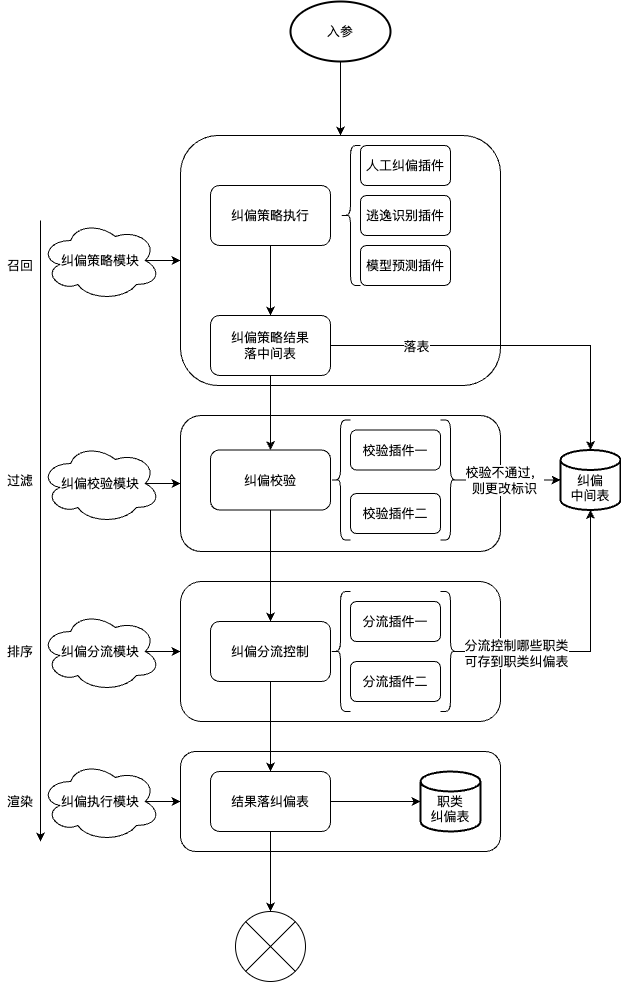
Above: work-draw-file/职类纠偏核心逻辑.png in liujunao/draw-data (draw.io), before the change. Source tidied: cells renumbered, new cells last; positions are measured from the earlier drawing's top-left corner, leaving out a move shared by most shapes.
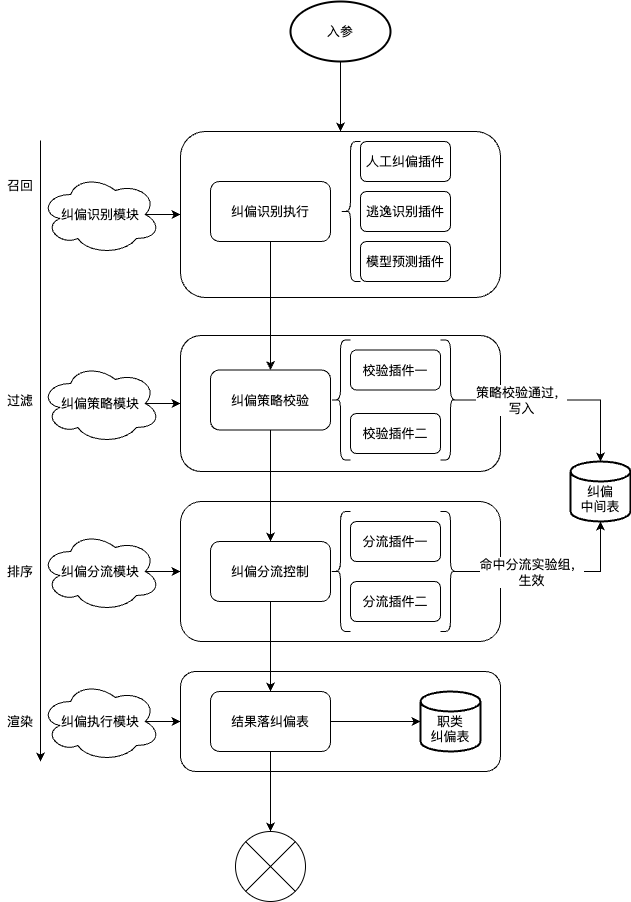
The same file after the commit.

Commit message:
更新职类纠偏核心逻辑.png

What changed in the source:
```diff
@@ -12,48 +12,34 @@
       <mxGeometry x="180" y="414" width="320" height="136" as="geometry" />
     </mxCell>
     <mxCell id="5" style="rounded=1;whiteSpace=wrap;html=1;" parent="1" vertex="1">
-      <mxGeometry x="180" y="134" width="320" height="250" as="geometry" />
+      <mxGeometry x="180" y="210" width="320" height="166" as="geometry" />
     </mxCell>
     <mxCell id="6" style="edgeStyle=orthogonalEdgeStyle;rounded=0;jettySize=auto;html=1;exitX=0.5;exitY=1;exitDx=0;exitDy=0;entryX=0.5;entryY=0;entryDx=0;entryDy=0;" parent="1" edge="1" source="7" target="20">
       <mxGeometry relative="1" as="geometry" />
     </mxCell>
-    <mxCell id="7" value="纠偏校验" style="rounded=1;whiteSpace=wrap;html=1;" parent="1" vertex="1">
+    <mxCell id="7" value="纠偏策略校验" style="rounded=1;whiteSpace=wrap;html=1;" parent="1" vertex="1">
       <mxGeometry x="210" y="448.5" width="120" height="60" as="geometry" />
     </mxCell>
     <mxCell id="8" value="人工纠偏插件" style="rounded=1;whiteSpace=wrap;html=1;" parent="1" vertex="1">
-      <mxGeometry x="360" y="144" width="90" height="40" as="geometry" />
+      <mxGeometry x="360" y="220" width="90" height="40" as="geometry" />
     </mxCell>
-    <mxCell id="9" style="edgeStyle=orthogonalEdgeStyle;rounded=0;jettySize=auto;html=1;exitX=0.5;exitY=1;exitDx=0;exitDy=0;" parent="1" edge="1" source="10" target="17">
-      <mxGeometry relative="1" as="geometry" />
-    </mxCell>
+    <mxCell id="53" style="edgeStyle=orthogonalEdgeStyle;rounded=0;jettySize=auto;html=1;exitX=0.5;exitY=1;exitDx=0;exitDy=0;entryX=0.5;entryY=0;entryDx=0;entryDy=0;" parent="1" edge="1" source="10" target="7">
+      <mxGeometry relative="1" as="geometry" />
+    </mxCell>
-    <mxCell id="10" value="纠偏策略执行" style="rounded=1;whiteSpace=wrap;html=1;" parent="1" vertex="1">
-      <mxGeometry x="210" y="184" width="120" height="60" as="geometry" />
+    <mxCell id="10" value="纠偏识别执行" style="rounded=1;whiteSpace=wrap;html=1;" parent="1" vertex="1">
+      <mxGeometry x="210" y="260" width="120" height="60" as="geometry" />
     </mxCell>
     <mxCell id="11" value="逃逸识别插件" style="rounded=1;whiteSpace=wrap;html=1;" parent="1" vertex="1">
-      <mxGeometry x="360" y="194" width="90" height="40" as="geometry" />
+      <mxGeometry x="360" y="270" width="90" height="40" as="geometry" />
     </mxCell>
     <mxCell id="12" value="模型预测插件" style="rounded=1;whiteSpace=wrap;html=1;" parent="1" vertex="1">
-      <mxGeometry x="360" y="244" width="90" height="40" as="geometry" />
+      <mxGeometry x="360" y="320" width="90" height="40" as="geometry" />
     </mxCell>
     <mxCell id="13" style="shape=curlyBracket;whiteSpace=wrap;html=1;rounded=1;labelPosition=left;verticalLabelPosition=middle;align=right;verticalAlign=middle;" parent="1" vertex="1">
-      <mxGeometry x="340" y="144" width="20" height="140" as="geometry" />
+      <mxGeometry x="340" y="220" width="20" height="140" as="geometry" />
     </mxCell>
-    <mxCell id="14" style="edgeStyle=orthogonalEdgeStyle;rounded=0;jettySize=auto;html=1;exitX=1;exitY=0.5;exitDx=0;exitDy=0;" parent="1" edge="1" source="17" target="18">
-      <mxGeometry relative="1" as="geometry" />
-    </mxCell>
-    <mxCell id="15" value="落表" style="edgeLabel;html=1;align=center;verticalAlign=middle;" parent="14" vertex="1">
-      <mxGeometry x="-0.46" y="-2" relative="1" as="geometry">
-        <mxPoint x="-13" y="-2" as="offset" />
-      </mxGeometry>
-    </mxCell>
-    <mxCell id="16" style="edgeStyle=orthogonalEdgeStyle;rounded=0;jettySize=auto;html=1;exitX=0.5;exitY=1;exitDx=0;exitDy=0;entryX=0.5;entryY=0;entryDx=0;entryDy=0;" parent="1" edge="1" source="17" target="7">
-      <mxGeometry relative="1" as="geometry" />
-    </mxCell>
-    <mxCell id="17" value="纠偏策略结果&lt;br&gt;落中间表" style="rounded=1;whiteSpace=wrap;html=1;" parent="1" vertex="1">
-      <mxGeometry x="210" y="314" width="120" height="60" as="geometry" />
-    </mxCell>
     <mxCell id="18" value="&lt;br&gt;纠偏&lt;br&gt;中间表" style="strokeWidth=2;html=1;shape=mxgraph.flowchart.database;whiteSpace=wrap;" parent="1" vertex="1">
-      <mxGeometry x="560" y="448.5" width="60" height="60" as="geometry" />
+      <mxGeometry x="570" y="540" width="60" height="60" as="geometry" />
     </mxCell>
     <mxCell id="19" style="edgeStyle=orthogonalEdgeStyle;rounded=0;jettySize=auto;html=1;" parent="1" edge="1" source="20" target="23">
       <mxGeometry relative="1" as="geometry" />
@@ -79,13 +65,13 @@
     <mxCell id="26" style="edgeStyle=orthogonalEdgeStyle;rounded=0;jettySize=auto;html=1;exitX=0.875;exitY=0.5;exitDx=0;exitDy=0;exitPerimeter=0;entryX=0;entryY=0.5;entryDx=0;entryDy=0;" parent="1" edge="1" source="27" target="5">
       <mxGeometry relative="1" as="geometry" />
     </mxCell>
-    <mxCell id="27" value="纠偏策略模块" style="ellipse;shape=cloud;whiteSpace=wrap;html=1;" parent="1" vertex="1">
-      <mxGeometry x="40" y="219" width="120" height="80" as="geometry" />
+    <mxCell id="27" value="纠偏识别模块" style="ellipse;shape=cloud;whiteSpace=wrap;html=1;" parent="1" vertex="1">
+      <mxGeometry x="40" y="253" width="120" height="80" as="geometry" />
     </mxCell>
     <mxCell id="28" style="edgeStyle=orthogonalEdgeStyle;rounded=0;jettySize=auto;html=1;exitX=0.875;exitY=0.5;exitDx=0;exitDy=0;exitPerimeter=0;" parent="1" edge="1" source="29" target="4">
       <mxGeometry relative="1" as="geometry" />
     </mxCell>
-    <mxCell id="29" value="纠偏校验模块" style="ellipse;shape=cloud;whiteSpace=wrap;html=1;" parent="1" vertex="1">
+    <mxCell id="29" value="纠偏策略模块" style="ellipse;shape=cloud;whiteSpace=wrap;html=1;" parent="1" vertex="1">
       <mxGeometry x="40" y="442" width="120" height="80" as="geometry" />
     </mxCell>
     <mxCell id="30" style="edgeStyle=orthogonalEdgeStyle;rounded=0;jettySize=auto;html=1;exitX=0.875;exitY=0.5;exitDx=0;exitDy=0;exitPerimeter=0;entryX=0;entryY=0.5;entryDx=0;entryDy=0;" parent="1" edge="1" source="31" target="3">
@@ -104,7 +90,7 @@
       <mxGeometry relative="1" as="geometry" />
     </mxCell>
     <mxCell id="35" value="入参" style="strokeWidth=2;html=1;shape=mxgraph.flowchart.start_1;whiteSpace=wrap;" parent="1" vertex="1">
-      <mxGeometry x="290" width="100" height="60" as="geometry" />
+      <mxGeometry x="290" y="80" width="100" height="60" as="geometry" />
     </mxCell>
     <mxCell id="36" style="endArrow=classic;html=1;rounded=0;" parent="1" edge="1">
       <mxGeometry relative="1" as="geometry">
@@ -136,11 +122,11 @@
     <mxCell id="44" style="edgeStyle=orthogonalEdgeStyle;rounded=0;jettySize=auto;html=1;exitX=0.1;exitY=0.5;exitDx=0;exitDy=0;exitPerimeter=0;" parent="1" edge="1" source="46" target="18">
       <mxGeometry relative="1" as="geometry" />
     </mxCell>
-    <mxCell id="45" value="校验不通过，&lt;br style=&quot;border-color: var(--border-color);&quot;&gt;则更改标识" style="edgeLabel;html=1;align=center;verticalAlign=middle;" parent="44" vertex="1">
-      <mxGeometry x="-0.26" relative="1" as="geometry">
-        <mxPoint x="8" as="offset" />
-      </mxGeometry>
-    </mxCell>
+    <mxCell id="54" value="策略校验通过，&lt;br&gt;写入" style="edgeLabel;html=1;align=center;verticalAlign=middle;" parent="44" vertex="1">
+      <mxGeometry x="-0.41" relative="1" as="geometry">
+        <mxPoint x="2" as="offset" />
+      </mxGeometry>
+    </mxCell>
     <mxCell id="46" style="shape=curlyBracket;whiteSpace=wrap;html=1;rounded=1;flipH=1;labelPosition=right;verticalLabelPosition=middle;align=left;verticalAlign=middle;" parent="1" vertex="1">
       <mxGeometry x="440" y="418.5" width="20" height="120" as="geometry" />
     </mxCell>
@@ -156,9 +142,11 @@
     <mxCell id="50" style="edgeStyle=orthogonalEdgeStyle;rounded=0;jettySize=auto;html=1;exitX=0.1;exitY=0.5;exitDx=0;exitDy=0;exitPerimeter=0;entryX=0.5;entryY=1;entryDx=0;entryDy=0;entryPerimeter=0;" parent="1" edge="1" source="52" target="18">
       <mxGeometry relative="1" as="geometry" />
     </mxCell>
-    <mxCell id="51" value="分流控制哪些职类&lt;br&gt;可存到职类纠偏表" style="edgeLabel;html=1;align=center;verticalAlign=middle;" parent="50" vertex="1">
-      <mxGeometry x="-0.59" y="-1" relative="1" as="geometry" />
-    </mxCell>
+    <mxCell id="55" value="命中分流实验组，&lt;br&gt;生效" style="edgeLabel;html=1;align=center;verticalAlign=middle;" parent="50" vertex="1">
+      <mxGeometry x="-0.35" y="-1" relative="1" as="geometry">
+        <mxPoint x="10" y="-1" as="offset" />
+      </mxGeometry>
+    </mxCell>
     <mxCell id="52" style="shape=curlyBracket;whiteSpace=wrap;html=1;rounded=1;flipH=1;labelPosition=right;verticalLabelPosition=middle;align=left;verticalAlign=middle;" parent="1" vertex="1">
       <mxGeometry x="440" y="590" width="20" height="120" as="geometry" />
     </mxCell>
```
